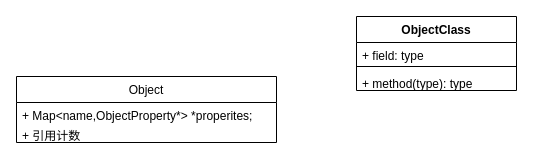
This is QOM-BigArch.drawio from youtubezou/A-thinking-in-linux, a draw.io file, before an edit. Source tidied: cells renumbered, new cells numbered last; positions are measured from the earlier drawing's top-left corner, leaving out a move shared by most shapes. Both pictures are drawn from the tidied source at 100%, with x=0, y=0 at pixel (16, 16).
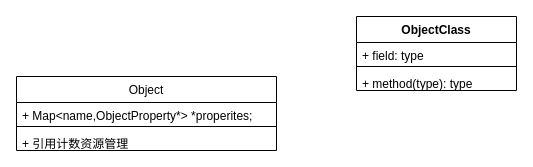
Above is the later version.

Change to the diagram source:
```diff
@@
 <mxGraphModel>
   <root>
     <mxCell id="0" />
     <mxCell id="1" parent="0" />
     <mxCell id="2" value="Object" style="swimlane;fontStyle=0;horizontal=1;startSize=26;fillColor=none;" parent="1" vertex="1">
-      <mxGeometry y="60" width="260" height="66" as="geometry" />
+      <mxGeometry y="60" width="260" height="74" as="geometry" />
     </mxCell>
     <mxCell id="3" value="+ Map&lt;name,ObjectProperty*&gt; *properites;" style="text;strokeColor=none;fillColor=none;align=left;verticalAlign=top;spacingLeft=4;spacingRight=4;overflow=hidden;" parent="2" vertex="1">
       <mxGeometry y="26" width="260" height="20" as="geometry" />
     </mxCell>
+    <mxCell id="9" style="line;strokeWidth=1;fillColor=none;align=left;verticalAlign=middle;spacingTop=-1;spacingLeft=3;spacingRight=3;labelPosition=right;" parent="2" vertex="1">
+      <mxGeometry y="46" width="260" height="8" as="geometry" />
+    </mxCell>
-    <mxCell id="4" value="+ 引用计数" style="text;strokeColor=none;fillColor=none;align=left;verticalAlign=top;spacingLeft=4;spacingRight=4;overflow=hidden;" parent="2" vertex="1">
-      <mxGeometry y="46" width="260" height="20" as="geometry" />
+    <mxCell id="4" value="+ 引用计数资源管理" style="text;strokeColor=none;fillColor=none;align=left;verticalAlign=top;spacingLeft=4;spacingRight=4;overflow=hidden;" parent="2" vertex="1">
+      <mxGeometry y="54" width="260" height="20" as="geometry" />
     </mxCell>
     <mxCell id="5" value="ObjectClass" style="swimlane;fontStyle=1;align=center;verticalAlign=top;horizontal=1;startSize=26;" parent="1" vertex="1">
       <mxGeometry x="340" width="160" height="74" as="geometry" />
     </mxCell>
     <mxCell id="6" value="+ field: type" style="text;strokeColor=none;fillColor=none;align=left;verticalAlign=top;spacingLeft=4;spacingRight=4;overflow=hidden;" parent="5" vertex="1">
       <mxGeometry y="26" width="160" height="20" as="geometry" />
     </mxCell>
     <mxCell id="7" style="line;strokeWidth=1;fillColor=none;align=left;verticalAlign=middle;spacingTop=-1;spacingLeft=3;spacingRight=3;labelPosition=right;" parent="5" vertex="1">
       <mxGeometry y="46" width="160" height="8" as="geometry" />
     </mxCell>
     <mxCell id="8" value="+ method(type): type" style="text;strokeColor=none;fillColor=none;align=left;verticalAlign=top;spacingLeft=4;spacingRight=4;overflow=hidden;" parent="5" vertex="1">
       <mxGeometry y="54" width="160" height="20" as="geometry" />
     </mxCell>
   </root>
 </mxGraphModel>
```
